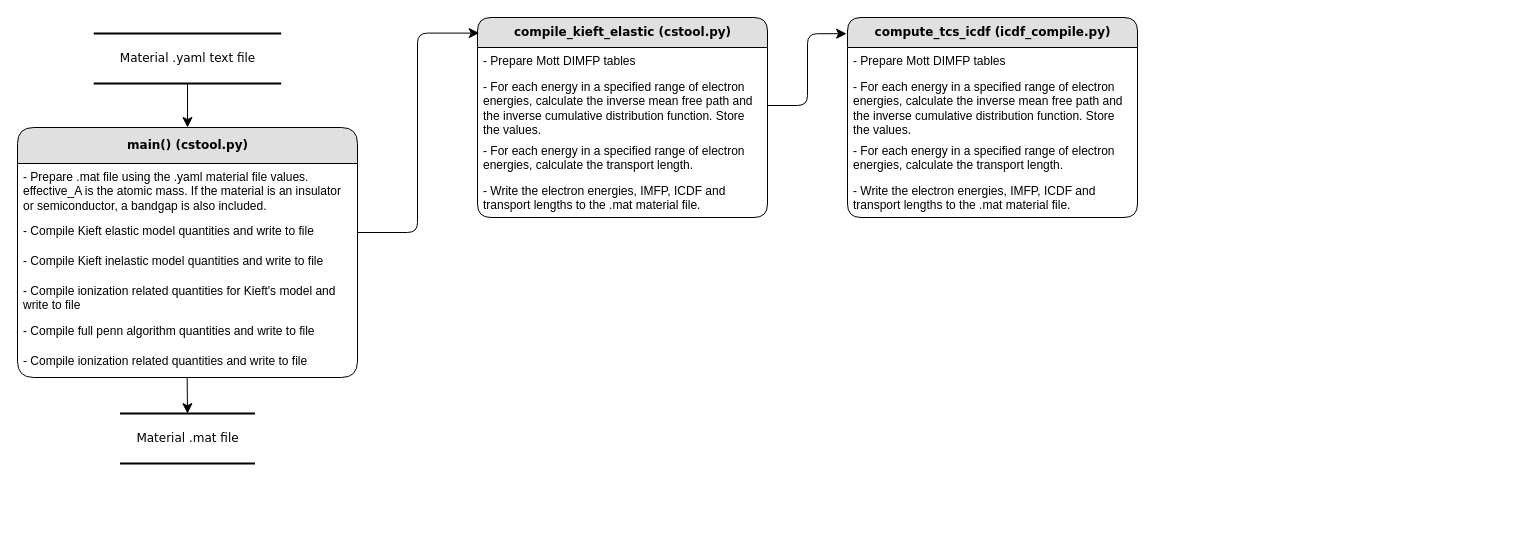
jianyaojin/cstoolLE keeps this draw.io diagram as codebase flowchart.drawio. Above is the earlier version. Source tidied: cells renumbered, new cells numbered last; positions are measured from the earlier drawing's top-left corner, leaving out a move shared by most shapes. Both pictures are drawn from the tidied source at 100%, with x=0, y=0 at pixel (17, 17).
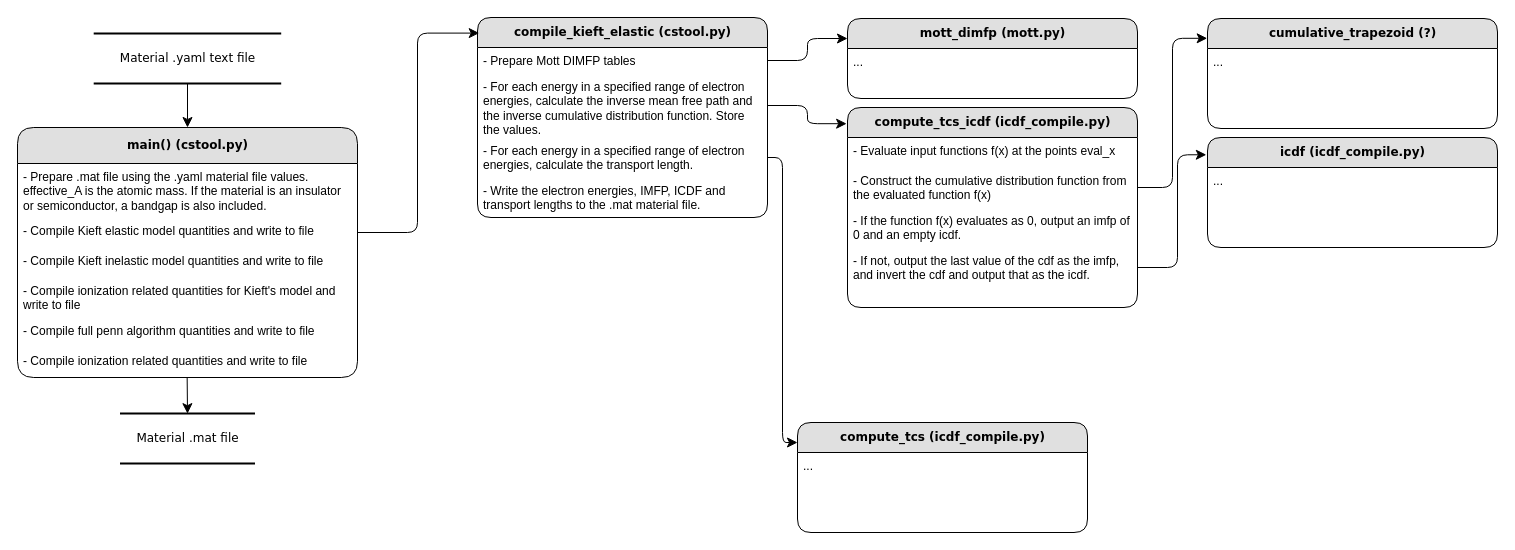
The same page after the edit.

The change refers to these unchanged cells:
```xml
<mxCell id="14" value="- Prepare Mott DIMFP tables" style="text;html=1;strokeColor=none;fillColor=none;spacingLeft=4;spacingRight=4;whiteSpace=wrap;overflow=hidden;points=[[0,0.5],[1,0.5]];portConstraint=eastwest;" parent="13" vertex="1">
  <mxGeometry y="30" width="290" height="26" as="geometry" />
</mxCell>
<mxCell id="16" value="- For each energy in a specified range of electron energies, calculate the transport length." style="text;html=1;strokeColor=none;fillColor=none;spacingLeft=4;spacingRight=4;whiteSpace=wrap;overflow=hidden;points=[[0,0.5],[1,0.5]];portConstraint=eastwest;" parent="13" vertex="1">
  <mxGeometry y="120" width="290" height="40" as="geometry" />
</mxCell>
```

What changed in the source:
```diff
@@
     <mxCell id="20" value="&lt;b&gt;compute_tcs_icdf (icdf_compile.py)&lt;/b&gt;" style="swimlane;html=1;fontStyle=0;horizontal=1;startSize=30;fillColor=#e0e0e0;swimlaneFillColor=#ffffff;align=center;rounded=1;shadow=0;comic=0;labelBackgroundColor=none;strokeWidth=1;fontFamily=Verdana;fontSize=12;" parent="1" vertex="1">
-      <mxGeometry x="830" width="290" height="200" as="geometry" />
+      <mxGeometry x="830" y="90" width="290" height="200" as="geometry" />
     </mxCell>
-    <mxCell id="21" value="- Prepare Mott DIMFP tables" style="text;html=1;strokeColor=none;fillColor=none;spacingLeft=4;spacingRight=4;whiteSpace=wrap;overflow=hidden;" parent="20" vertex="1">
-      <mxGeometry y="30" width="290" height="26" as="geometry" />
-    </mxCell>
-    <mxCell id="22" value="- For each energy in a specified range of electron energies, calculate the inverse mean free path and the inverse cumulative distribution function. Store the values." style="text;html=1;strokeColor=none;fillColor=none;spacingLeft=4;spacingRight=4;whiteSpace=wrap;overflow=hidden;" parent="20" vertex="1">
-      <mxGeometry y="56" width="290" height="64" as="geometry" />
-    </mxCell>
-    <mxCell id="23" value="- For each energy in a specified range of electron energies, calculate the transport length." style="text;html=1;strokeColor=none;fillColor=none;spacingLeft=4;spacingRight=4;whiteSpace=wrap;overflow=hidden;" parent="20" vertex="1">
-      <mxGeometry y="120" width="290" height="40" as="geometry" />
+    <mxCell id="23" value="- Evaluate input functions f(x) at the points eval_x" style="text;html=1;strokeColor=none;fillColor=none;spacingLeft=4;spacingRight=4;whiteSpace=wrap;overflow=hidden;" parent="20" vertex="1">
+      <mxGeometry y="30" width="290" height="30" as="geometry" />
     </mxCell>
-    <mxCell id="24" value="- Write the electron energies, IMFP, ICDF and transport lengths to the .mat material file." style="text;html=1;strokeColor=none;fillColor=none;spacingLeft=4;spacingRight=4;whiteSpace=wrap;overflow=hidden;points=[[0,0.5],[1,0.5]];portConstraint=eastwest;" parent="20" vertex="1">
-      <mxGeometry y="160" width="290" height="40" as="geometry" />
+    <mxCell id="24" value="&lt;div&gt;- Construct the cumulative distribution function from the evaluated function f(x)&lt;/div&gt;&lt;div&gt;&lt;br&gt;&lt;/div&gt;" style="text;html=1;strokeColor=none;fillColor=none;spacingLeft=4;spacingRight=4;whiteSpace=wrap;overflow=hidden;points=[[0,0.5],[1,0.5]];portConstraint=eastwest;" parent="20" vertex="1">
+      <mxGeometry y="60" width="290" height="40" as="geometry" />
     </mxCell>
+    <mxCell id="25" value="- If the function f(x) evaluates as 0, output an imfp of 0 and an empty icdf.&amp;nbsp;" style="text;html=1;strokeColor=none;fillColor=none;spacingLeft=4;spacingRight=4;whiteSpace=wrap;overflow=hidden;" parent="20" vertex="1">
+      <mxGeometry y="100" width="290" height="40" as="geometry" />
+    </mxCell>
+    <mxCell id="26" value="- If not, output the last value of the cdf as the imfp, and invert the cdf and output that as the icdf." style="text;html=1;strokeColor=none;fillColor=none;spacingLeft=4;spacingRight=4;whiteSpace=wrap;overflow=hidden;points=[[0,0.5],[1,0.5]];portConstraint=eastwest;" parent="20" vertex="1">
+      <mxGeometry y="140" width="290" height="40" as="geometry" />
+    </mxCell>
+    <mxCell id="27" style="edgeStyle=orthogonalEdgeStyle;html=1;labelBackgroundColor=none;startFill=0;startSize=8;endFill=1;endSize=8;fontFamily=Verdana;fontSize=12;exitX=1;exitY=0.5;exitDx=0;exitDy=0;entryX=0;entryY=0.25;entryDx=0;entryDy=0;" parent="1" edge="1" source="14" target="28">
+      <mxGeometry relative="1" as="geometry" />
+    </mxCell>
+    <mxCell id="28" value="&lt;b&gt;mott_dimfp (mott.py)&lt;/b&gt;" style="swimlane;html=1;fontStyle=0;horizontal=1;startSize=30;fillColor=#e0e0e0;swimlaneFillColor=#ffffff;align=center;rounded=1;shadow=0;comic=0;labelBackgroundColor=none;strokeWidth=1;fontFamily=Verdana;fontSize=12;" parent="1" vertex="1">
+      <mxGeometry x="830" y="1" width="290" height="80" as="geometry" />
+    </mxCell>
+    <mxCell id="29" value="&lt;div&gt;...&lt;/div&gt;&lt;div&gt;&lt;br&gt;&lt;/div&gt;" style="text;html=1;strokeColor=none;fillColor=none;spacingLeft=4;spacingRight=4;whiteSpace=wrap;overflow=hidden;" parent="28" vertex="1">
+      <mxGeometry y="30" width="290" height="40" as="geometry" />
+    </mxCell>
+    <mxCell id="30" value="&lt;b&gt;compute_tcs (icdf_compile.py)&lt;/b&gt;" style="swimlane;html=1;fontStyle=0;horizontal=1;startSize=30;fillColor=#e0e0e0;swimlaneFillColor=#ffffff;align=center;rounded=1;shadow=0;comic=0;labelBackgroundColor=none;strokeWidth=1;fontFamily=Verdana;fontSize=12;" parent="1" vertex="1">
+      <mxGeometry x="780" y="405" width="290" height="110" as="geometry" />
+    </mxCell>
+    <mxCell id="31" value="&lt;div&gt;...&lt;/div&gt;&lt;div&gt;&lt;br&gt;&lt;/div&gt;" style="text;html=1;strokeColor=none;fillColor=none;spacingLeft=4;spacingRight=4;whiteSpace=wrap;overflow=hidden;" parent="30" vertex="1">
+      <mxGeometry y="30" width="290" height="40" as="geometry" />
+    </mxCell>
+    <mxCell id="32" style="edgeStyle=orthogonalEdgeStyle;html=1;labelBackgroundColor=none;startFill=0;startSize=8;endFill=1;endSize=8;fontFamily=Verdana;fontSize=12;exitX=1;exitY=0.5;exitDx=0;exitDy=0;entryX=0;entryY=0.182;entryDx=0;entryDy=0;entryPerimeter=0;" parent="1" edge="1" source="16" target="30">
+      <mxGeometry relative="1" as="geometry" />
+    </mxCell>
+    <mxCell id="33" style="edgeStyle=orthogonalEdgeStyle;html=1;labelBackgroundColor=none;startFill=0;startSize=8;endFill=1;endSize=8;fontFamily=Verdana;fontSize=12;entryX=-0.004;entryY=0.157;entryDx=0;entryDy=0;entryPerimeter=0;" parent="1" edge="1" source="26" target="37">
+      <mxGeometry relative="1" as="geometry">
+        <Array as="points">
+          <mxPoint x="1160" y="250" />
+          <mxPoint x="1160" y="137" />
+        </Array>
+      </mxGeometry>
+    </mxCell>
+    <mxCell id="34" style="edgeStyle=orthogonalEdgeStyle;html=1;labelBackgroundColor=none;startFill=0;startSize=8;endFill=1;endSize=8;fontFamily=Verdana;fontSize=12;exitX=1;exitY=0.5;exitDx=0;exitDy=0;entryX=-0.001;entryY=0.18;entryDx=0;entryDy=0;entryPerimeter=0;" parent="1" edge="1" source="24" target="35">
+      <mxGeometry relative="1" as="geometry" />
+    </mxCell>
+    <mxCell id="35" value="&lt;b&gt;cumulative_trapezoid (?)&lt;/b&gt;" style="swimlane;html=1;fontStyle=0;horizontal=1;startSize=30;fillColor=#e0e0e0;swimlaneFillColor=#ffffff;align=center;rounded=1;shadow=0;comic=0;labelBackgroundColor=none;strokeWidth=1;fontFamily=Verdana;fontSize=12;" parent="1" vertex="1">
+      <mxGeometry x="1190" y="1" width="290" height="110" as="geometry" />
+    </mxCell>
+    <mxCell id="36" value="&lt;div&gt;...&lt;/div&gt;&lt;div&gt;&lt;br&gt;&lt;/div&gt;" style="text;html=1;strokeColor=none;fillColor=none;spacingLeft=4;spacingRight=4;whiteSpace=wrap;overflow=hidden;" parent="35" vertex="1">
+      <mxGeometry y="30" width="290" height="40" as="geometry" />
+    </mxCell>
+    <mxCell id="37" value="&lt;b&gt;icdf (icdf_compile.py)&lt;/b&gt;" style="swimlane;html=1;fontStyle=0;horizontal=1;startSize=30;fillColor=#e0e0e0;swimlaneFillColor=#ffffff;align=center;rounded=1;shadow=0;comic=0;labelBackgroundColor=none;strokeWidth=1;fontFamily=Verdana;fontSize=12;" parent="1" vertex="1">
+      <mxGeometry x="1190" y="120" width="290" height="110" as="geometry" />
+    </mxCell>
+    <mxCell id="38" value="&lt;div&gt;...&lt;/div&gt;&lt;div&gt;&lt;br&gt;&lt;/div&gt;" style="text;html=1;strokeColor=none;fillColor=none;spacingLeft=4;spacingRight=4;whiteSpace=wrap;overflow=hidden;" parent="37" vertex="1">
+      <mxGeometry y="30" width="290" height="40" as="geometry" />
+    </mxCell>
```
